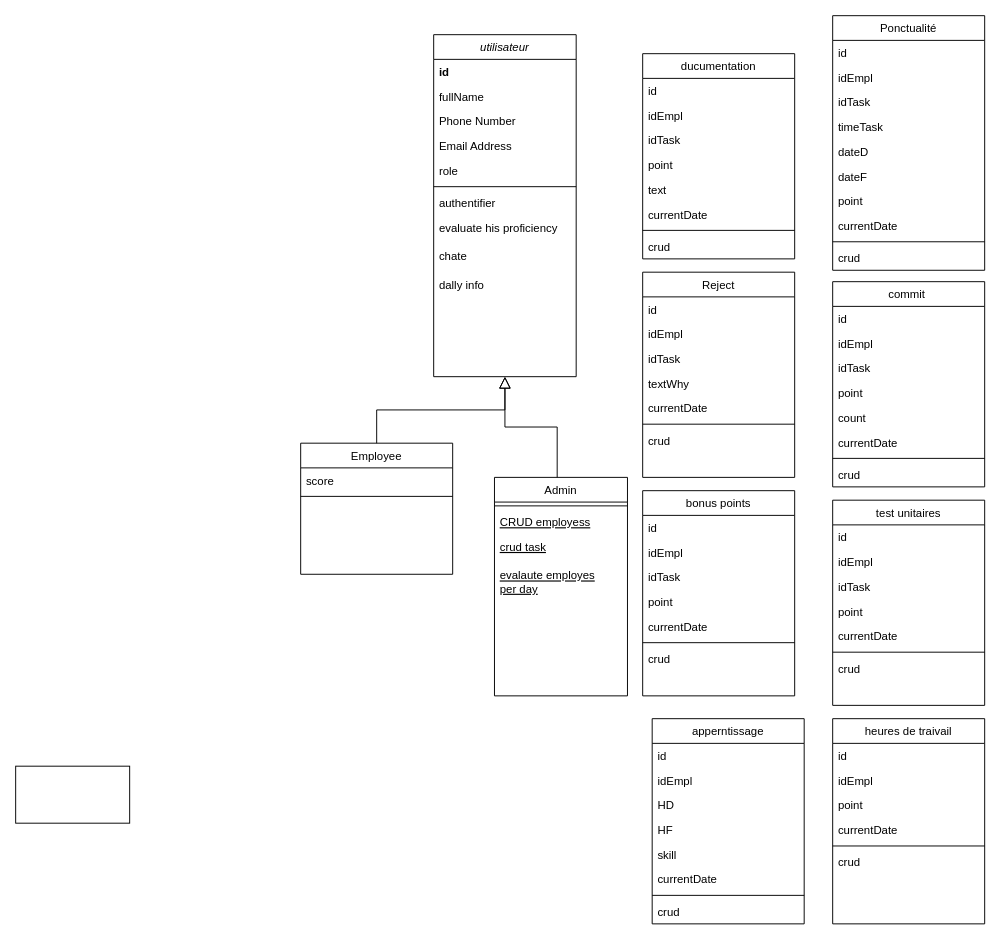
This is Diagramme sans nom.drawio from Neamitest/ex, a draw.io file, before an edit. Source tidied: cells renumbered, new cells numbered last; positions are measured from the earlier drawing's top-left corner, leaving out a move shared by most shapes. Both pictures are drawn from the tidied source at 95%, with x=0, y=0 at pixel (15, 15).
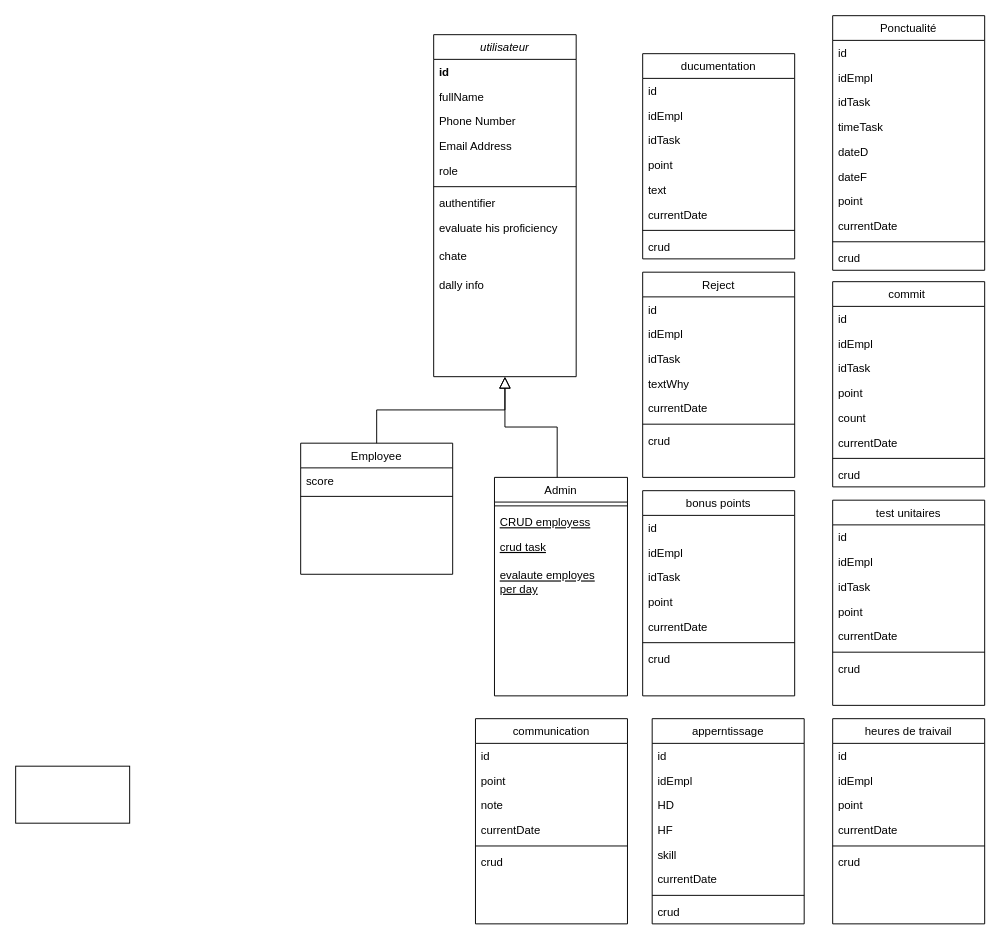
After the change.

Commit message:
Mettre à jour Diagramme sans nom.drawio

Diff of the diagram source:
```diff
@@
+    <mxCell id="93" value="communication" style="swimlane;fontStyle=0;align=center;verticalAlign=top;horizontal=1;startSize=26;rounded=0;shadow=0;strokeWidth=1;" parent="1" vertex="1">
+      <mxGeometry x="484" y="740" width="160" height="216" as="geometry" />
+    </mxCell>
+    <mxCell id="94" value="id" style="text;align=left;verticalAlign=top;spacingLeft=4;spacingRight=4;overflow=hidden;" parent="93" vertex="1">
+      <mxGeometry y="26" width="160" height="26" as="geometry" />
+    </mxCell>
+    <mxCell id="95" value="point" style="text;align=left;verticalAlign=top;spacingLeft=4;spacingRight=4;overflow=hidden;rounded=0;shadow=0;html=0;" parent="93" vertex="1">
+      <mxGeometry y="52" width="160" height="26" as="geometry" />
+    </mxCell>
+    <mxCell id="96" value="note" style="text;align=left;verticalAlign=top;spacingLeft=4;spacingRight=4;overflow=hidden;rounded=0;shadow=0;html=0;" parent="93" vertex="1">
+      <mxGeometry y="78" width="160" height="26" as="geometry" />
+    </mxCell>
+    <mxCell id="97" value="currentDate" style="text;align=left;verticalAlign=top;spacingLeft=4;spacingRight=4;overflow=hidden;rounded=0;shadow=0;html=0;" parent="93" vertex="1">
+      <mxGeometry y="104" width="160" height="26" as="geometry" />
+    </mxCell>
+    <mxCell id="98" style="line;html=1;strokeWidth=1;align=left;verticalAlign=middle;spacingTop=-1;spacingLeft=3;spacingRight=3;labelPosition=right;" parent="93" vertex="1">
+      <mxGeometry y="130" width="160" height="8" as="geometry" />
+    </mxCell>
+    <mxCell id="99" value="crud" style="text;align=left;verticalAlign=top;spacingLeft=4;spacingRight=4;overflow=hidden;" parent="93" vertex="1">
+      <mxGeometry y="138" width="160" height="26" as="geometry" />
+    </mxCell>
```
